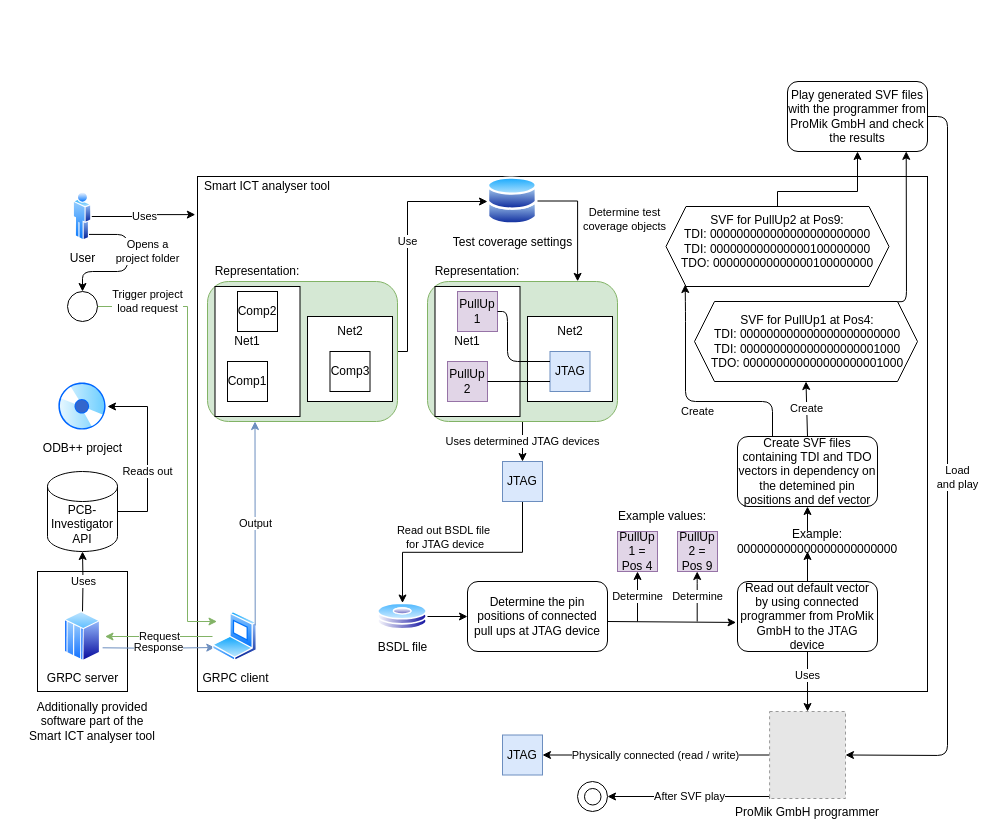
Earlier version of the draw.io diagram Master Thesis/drawios/poster.drawio (Razvanmatis/SmartIctAnalyzer). Source tidied: cells renumbered, new cells numbered last; positions are measured from the earlier drawing's top-left corner, leaving out a move shared by most shapes. Both pictures are drawn from the tidied source at 100%, with x=0, y=0 at pixel (27, 81). Pictures stored in the file or linked from it are replaced by grey dashed boxes.
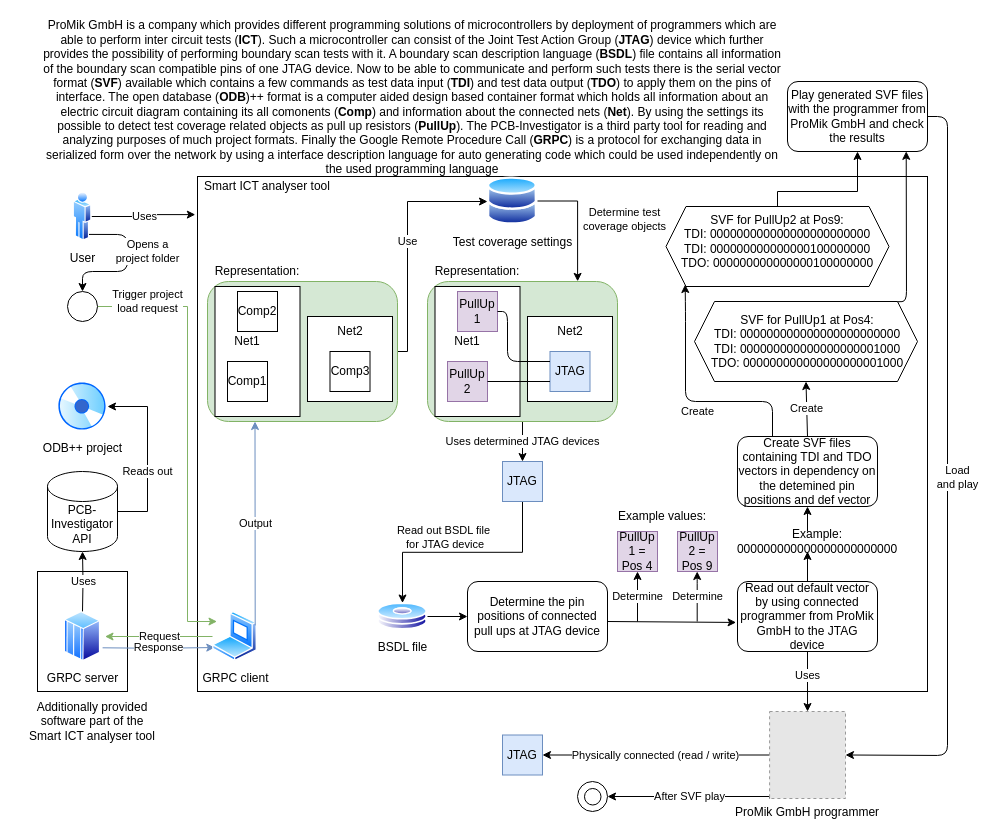
After the change.

Diff of the diagram source:
```diff
@@
+    <mxCell id="77" value="ProMik GmbH is a company which provides different programming solutions of microcontrollers by deployment of programmers which are&lt;br&gt;able to perform inter circuit tests (&lt;b&gt;ICT&lt;/b&gt;). Such a microcontroller can consist of the Joint Test Action Group (&lt;b&gt;JTAG&lt;/b&gt;) device which further&lt;br&gt;provides the possibility of performing boundary scan tests with it. A boundary scan description language (&lt;b&gt;BSDL&lt;/b&gt;) file contains all information&lt;br&gt;of the boundary scan compatible pins of one JTAG device. Now to be able to communicate and perform such tests there is the serial vector&lt;br&gt;format (&lt;b&gt;SVF&lt;/b&gt;) available which contains a few commands as test data input (&lt;b&gt;TDI&lt;/b&gt;) and test data output (&lt;b&gt;TDO&lt;/b&gt;) to apply them on the pins of&lt;br&gt;interface. The open database (&lt;b&gt;ODB&lt;/b&gt;)++ format is a computer aided design based container format which holds all information about an&lt;br&gt;electric circuit diagram containing its all comonents (&lt;b&gt;Comp&lt;/b&gt;) and information about the connected nets (&lt;b&gt;Net&lt;/b&gt;). By using the settings its&lt;br&gt;possible to detect test coverage related objects as pull up resistors (&lt;b&gt;PullUp&lt;/b&gt;). The PCB-Investigator is a third party tool for reading and&lt;br&gt;analyzing purposes of much project formats. Finally the Google Remote Procedure Call (&lt;b&gt;GRPC&lt;/b&gt;) is a protocol for exchanging data in&lt;br&gt;serialized form over the network by using a interface description language for auto generating code which could be used independently on&lt;br&gt;the used programming language" style="text;html=1;strokeColor=none;fillColor=none;align=center;verticalAlign=middle;whiteSpace=wrap;rounded=0;" parent="1" vertex="1">
+      <mxGeometry x="-10" y="-64" width="790" height="160" as="geometry" />
+    </mxCell>
```
